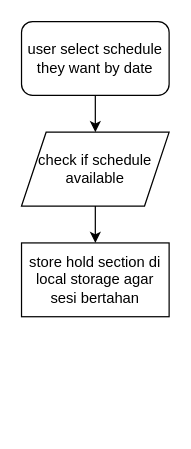
Earlier version of the draw.io diagram lapangin-apps/src/features/.flow/booking_flow.drawio (kindaMid72/Lapangin). Source tidied: cells renumbered, new cells numbered last; positions are measured from the earlier drawing's top-left corner, leaving out a move shared by most shapes. Both pictures are drawn from the tidied source at 123%, with x=0, y=0 at pixel (21, 21).
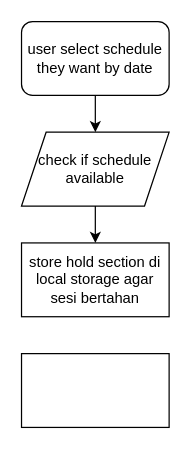
The same diagram, later.

The edit, as a diff of the source:
```diff
@@
 <mxGraphModel>
   <root>
     <mxCell id="0" />
     <mxCell id="1" parent="0" />
     <mxCell id="2" style="edgeStyle=none;html=1;" parent="1" edge="1" source="3">
       <mxGeometry relative="1" as="geometry">
         <mxPoint x="60" y="90" as="targetPoint" />
       </mxGeometry>
     </mxCell>
     <mxCell id="3" value="user select schedule they want by date" style="rounded=1;whiteSpace=wrap;html=1;" parent="1" vertex="1">
       <mxGeometry width="120" height="60" as="geometry" />
     </mxCell>
     <mxCell id="4" style="edgeStyle=none;html=1;" parent="1" edge="1" source="5">
       <mxGeometry relative="1" as="geometry">
         <mxPoint x="60" y="180" as="targetPoint" />
       </mxGeometry>
     </mxCell>
     <mxCell id="5" value="check if schedule available" style="shape=parallelogram;perimeter=parallelogramPerimeter;whiteSpace=wrap;html=1;fixedSize=1;" parent="1" vertex="1">
       <mxGeometry y="90" width="120" height="60" as="geometry" />
     </mxCell>
     <mxCell id="6" value="store hold section di local storage agar sesi bertahan" style="whiteSpace=wrap;html=1;" parent="1" vertex="1">
       <mxGeometry y="180" width="120" height="60" as="geometry" />
     </mxCell>
+    <mxCell id="7" style="whiteSpace=wrap;html=1;" parent="1" vertex="1">
+      <mxGeometry y="270" width="120" height="60" as="geometry" />
+    </mxCell>
   </root>
 </mxGraphModel>
```
